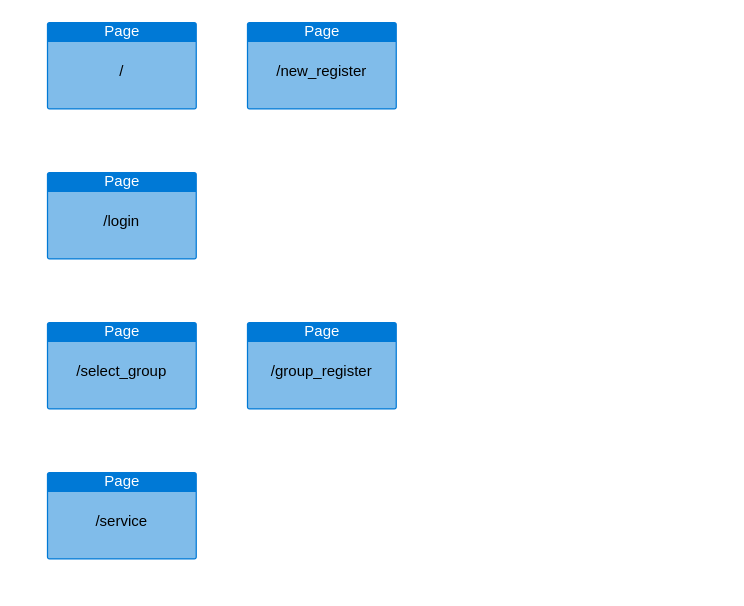
Before: page.dio in nt16145/Remote_Chat, a draw.io diagram. Source tidied: cells renumbered, new cells numbered last; positions are measured from the earlier drawing's top-left corner, leaving out a move shared by most shapes. Both pictures are drawn from the tidied source at 125%, with x=0, y=0 at pixel (46, 21).
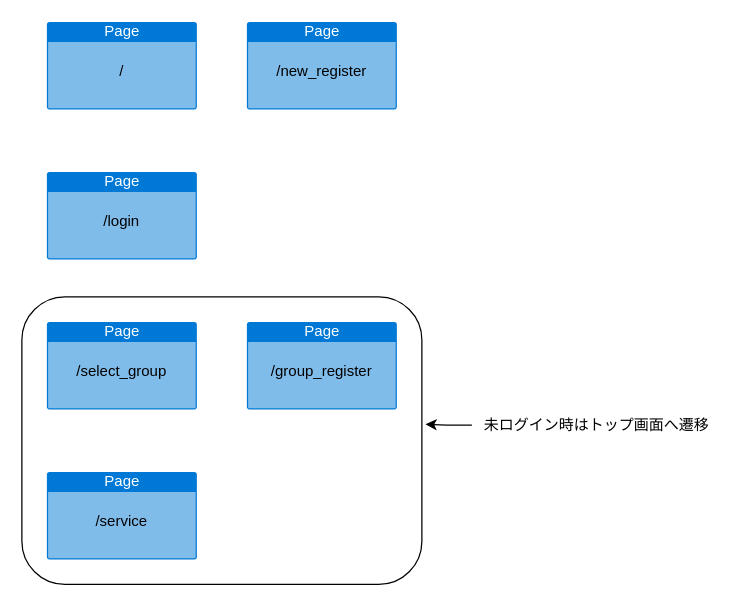
The same page after the edit.

The edit, as a diff of the source:
```diff
@@
 <mxGraphModel>
   <root>
     <mxCell id="0" />
     <mxCell id="1" parent="0" />
+    <mxCell id="14" style="rounded=1;whiteSpace=wrap;html=1;" parent="1" vertex="1">
+      <mxGeometry x="-20" y="220" width="320" height="230" as="geometry" />
+    </mxCell>
     <mxCell id="2" value="Page" style="html=1;strokeColor=none;fillColor=#0079D6;labelPosition=center;verticalLabelPosition=middle;verticalAlign=top;align=center;fontSize=12;spacingTop=-6;fontColor=#FFFFFF;shape=mxgraph.sitemap.page;" parent="1" vertex="1">
       <mxGeometry width="120" height="70" as="geometry" />
     </mxCell>
     <mxCell id="3" value="Page" style="html=1;strokeColor=none;fillColor=#0079D6;labelPosition=center;verticalLabelPosition=middle;verticalAlign=top;align=center;fontSize=12;spacingTop=-6;fontColor=#FFFFFF;shape=mxgraph.sitemap.page;" parent="1" vertex="1">
       <mxGeometry y="120" width="120" height="70" as="geometry" />
     </mxCell>
     <mxCell id="4" value="Page" style="html=1;strokeColor=none;fillColor=#0079D6;labelPosition=center;verticalLabelPosition=middle;verticalAlign=top;align=center;fontSize=12;spacingTop=-6;fontColor=#FFFFFF;shape=mxgraph.sitemap.page;" parent="1" vertex="1">
       <mxGeometry y="240" width="120" height="70" as="geometry" />
     </mxCell>
     <mxCell id="5" value="Page" style="html=1;strokeColor=none;fillColor=#0079D6;labelPosition=center;verticalLabelPosition=middle;verticalAlign=top;align=center;fontSize=12;spacingTop=-6;fontColor=#FFFFFF;shape=mxgraph.sitemap.page;" parent="1" vertex="1">
       <mxGeometry x="160" y="240" width="120" height="70" as="geometry" />
     </mxCell>
     <mxCell id="6" value="Page" style="html=1;strokeColor=none;fillColor=#0079D6;labelPosition=center;verticalLabelPosition=middle;verticalAlign=top;align=center;fontSize=12;spacingTop=-6;fontColor=#FFFFFF;shape=mxgraph.sitemap.page;" parent="1" vertex="1">
       <mxGeometry y="360" width="120" height="70" as="geometry" />
     </mxCell>
     <mxCell id="7" value="&lt;font color=&quot;#000000&quot;&gt;/&lt;/font&gt;" style="text;html=1;strokeColor=none;fillColor=none;align=center;verticalAlign=middle;whiteSpace=wrap;rounded=0;rotation=0;" parent="1" vertex="1">
       <mxGeometry x="40" y="30" width="40" height="20" as="geometry" />
     </mxCell>
     <mxCell id="8" value="&lt;font color=&quot;#000000&quot;&gt;/login&lt;/font&gt;" style="text;html=1;strokeColor=none;fillColor=none;align=center;verticalAlign=middle;whiteSpace=wrap;rounded=0;" parent="1" vertex="1">
       <mxGeometry x="40" y="150" width="40" height="20" as="geometry" />
     </mxCell>
     <mxCell id="9" value="&lt;font color=&quot;#000000&quot;&gt;/select_group&lt;/font&gt;" style="text;html=1;strokeColor=none;fillColor=none;align=center;verticalAlign=middle;whiteSpace=wrap;rounded=0;" parent="1" vertex="1">
       <mxGeometry x="40" y="270" width="40" height="20" as="geometry" />
     </mxCell>
     <mxCell id="10" value="&lt;font color=&quot;#000000&quot;&gt;/group_register&lt;/font&gt;" style="text;html=1;strokeColor=none;fillColor=none;align=center;verticalAlign=middle;whiteSpace=wrap;rounded=0;" parent="1" vertex="1">
       <mxGeometry x="200" y="270" width="40" height="20" as="geometry" />
     </mxCell>
     <mxCell id="11" value="&lt;font color=&quot;#000000&quot;&gt;/service&lt;/font&gt;" style="text;html=1;strokeColor=none;fillColor=none;align=center;verticalAlign=middle;whiteSpace=wrap;rounded=0;" parent="1" vertex="1">
       <mxGeometry x="40" y="390" width="40" height="20" as="geometry" />
     </mxCell>
     <mxCell id="12" value="Page" style="html=1;strokeColor=none;fillColor=#0079D6;labelPosition=center;verticalLabelPosition=middle;verticalAlign=top;align=center;fontSize=12;spacingTop=-6;fontColor=#FFFFFF;shape=mxgraph.sitemap.page;" parent="1" vertex="1">
       <mxGeometry x="160" width="120" height="70" as="geometry" />
     </mxCell>
     <mxCell id="13" value="&lt;font color=&quot;#000000&quot;&gt;/new_register&lt;/font&gt;" style="text;html=1;strokeColor=none;fillColor=none;align=center;verticalAlign=middle;whiteSpace=wrap;rounded=0;rotation=0;" parent="1" vertex="1">
       <mxGeometry x="200" y="30" width="40" height="20" as="geometry" />
     </mxCell>
+    <mxCell id="15" style="edgeStyle=orthogonalEdgeStyle;rounded=0;jettySize=auto;html=1;entryX=1.009;entryY=0.443;entryDx=0;entryDy=0;entryPerimeter=0;" parent="1" edge="1" source="16" target="14">
+      <mxGeometry relative="1" as="geometry" />
+    </mxCell>
+    <mxCell id="16" value="未ログイン時はトップ画面へ遷移" style="text;html=1;strokeColor=none;fillColor=none;align=center;verticalAlign=middle;whiteSpace=wrap;rounded=0;" parent="1" vertex="1">
+      <mxGeometry x="340" y="320" width="200" height="5" as="geometry" />
+    </mxCell>
   </root>
 </mxGraphModel>
```
